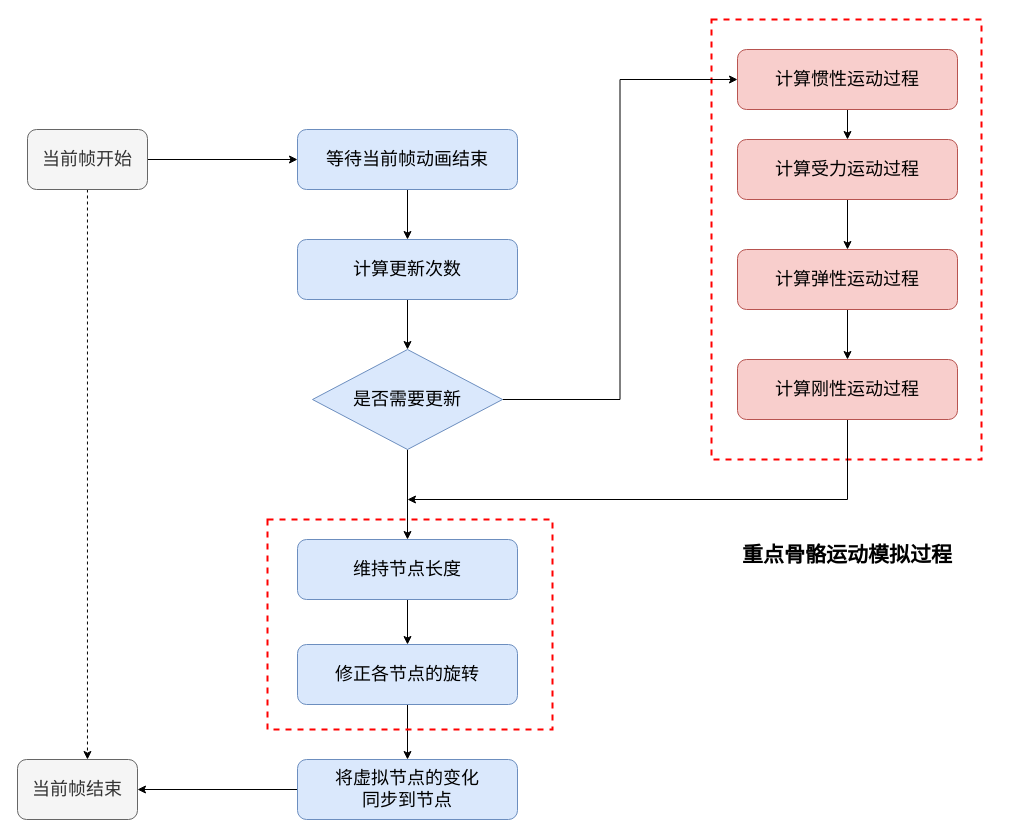
The draw.io diagram dynamicBone_process_.drawio in SkylarShuang/learnSM, before the edit. Source tidied: cells renumbered, new cells numbered last; positions are measured from the earlier drawing's top-left corner, leaving out a move shared by most shapes. Both pictures are drawn from the tidied source at 100%, with x=0, y=0 at pixel (17, 19).
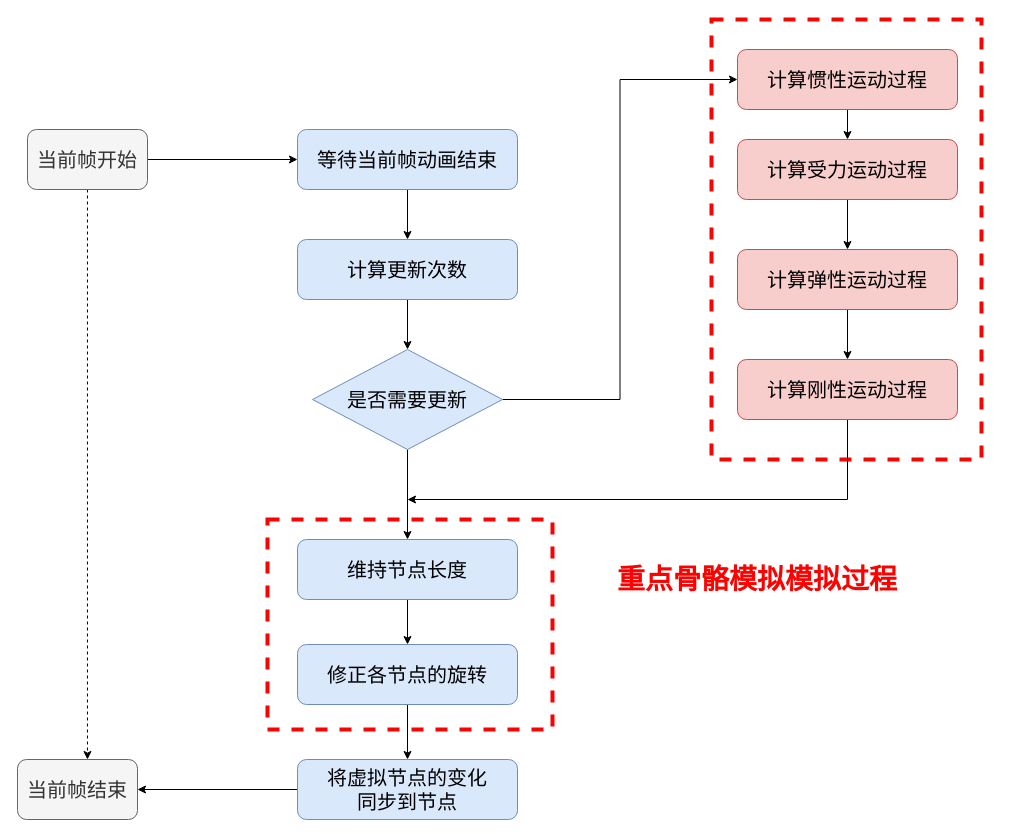
The same page after the edit.

Diff of the diagram source:
```diff
@@
-    <mxCell id="2" style="rounded=0;whiteSpace=wrap;html=1;fillColor=none;dashed=1;strokeWidth=2;strokeColor=#FF0000;" parent="1" vertex="1">
+    <mxCell id="2" style="rounded=0;whiteSpace=wrap;html=1;fillColor=none;dashed=1;strokeWidth=4;strokeColor=#FF0000;fontSize=20;" parent="1" vertex="1">
       <mxGeometry x="694" width="270" height="440" as="geometry" />
     </mxCell>
-    <mxCell id="3" style="edgeStyle=orthogonalEdgeStyle;rounded=0;jettySize=auto;html=1;entryX=0;entryY=0.5;entryDx=0;entryDy=0;" parent="1" edge="1" source="5" target="7">
+    <mxCell id="3" style="edgeStyle=orthogonalEdgeStyle;rounded=0;jettySize=auto;html=1;entryX=0;entryY=0.5;entryDx=0;entryDy=0;fontSize=20;" parent="1" edge="1" source="5" target="7">
       <mxGeometry relative="1" as="geometry" />
     </mxCell>
-    <mxCell id="4" style="edgeStyle=orthogonalEdgeStyle;rounded=0;jettySize=auto;html=1;entryX=0.583;entryY=0;entryDx=0;entryDy=0;entryPerimeter=0;dashed=1;" parent="1" edge="1" source="5" target="19">
+    <mxCell id="4" style="edgeStyle=orthogonalEdgeStyle;rounded=0;jettySize=auto;html=1;entryX=0.583;entryY=0;entryDx=0;entryDy=0;entryPerimeter=0;dashed=1;fontSize=20;" parent="1" edge="1" source="5" target="19">
       <mxGeometry relative="1" as="geometry" />
     </mxCell>
-    <mxCell id="5" value="&lt;font style=&quot;font-size: 18px;&quot;&gt;当前帧开始&lt;/font&gt;" style="rounded=1;whiteSpace=wrap;html=1;fillColor=#f5f5f5;fontColor=#333333;strokeColor=#666666;" parent="1" vertex="1">
+    <mxCell id="5" value="&lt;font style=&quot;font-size: 20px;&quot;&gt;当前帧开始&lt;/font&gt;" style="rounded=1;whiteSpace=wrap;html=1;fillColor=#f5f5f5;fontColor=#333333;strokeColor=#666666;fontSize=20;" parent="1" vertex="1">
       <mxGeometry x="10" y="110" width="120" height="60" as="geometry" />
     </mxCell>
-    <mxCell id="6" style="edgeStyle=orthogonalEdgeStyle;rounded=0;jettySize=auto;html=1;" parent="1" edge="1" source="7" target="9">
+    <mxCell id="6" style="edgeStyle=orthogonalEdgeStyle;rounded=0;jettySize=auto;html=1;fontSize=20;" parent="1" edge="1" source="7" target="9">
       <mxGeometry relative="1" as="geometry" />
     </mxCell>
-    <mxCell id="7" value="&lt;font style=&quot;font-size: 18px;&quot;&gt;等待当前帧动画结束&lt;/font&gt;" style="rounded=1;whiteSpace=wrap;html=1;fillColor=#dae8fc;strokeColor=#6c8ebf;" parent="1" vertex="1">
+    <mxCell id="7" value="&lt;font style=&quot;font-size: 20px;&quot;&gt;等待当前帧动画结束&lt;/font&gt;" style="rounded=1;whiteSpace=wrap;html=1;fillColor=#dae8fc;strokeColor=#6c8ebf;fontSize=20;" parent="1" vertex="1">
       <mxGeometry x="280" y="110" width="220" height="60" as="geometry" />
     </mxCell>
-    <mxCell id="8" style="edgeStyle=orthogonalEdgeStyle;rounded=0;jettySize=auto;html=1;entryX=0.5;entryY=0;entryDx=0;entryDy=0;" parent="1" edge="1" source="9" target="12">
+    <mxCell id="8" style="edgeStyle=orthogonalEdgeStyle;rounded=0;jettySize=auto;html=1;entryX=0.5;entryY=0;entryDx=0;entryDy=0;fontSize=20;" parent="1" edge="1" source="9" target="12">
       <mxGeometry relative="1" as="geometry" />
     </mxCell>
-    <mxCell id="9" value="&lt;font style=&quot;font-size: 18px;&quot;&gt;计算更新次数&lt;/font&gt;" style="rounded=1;whiteSpace=wrap;html=1;fillColor=#dae8fc;strokeColor=#6c8ebf;" parent="1" vertex="1">
+    <mxCell id="9" value="&lt;font style=&quot;font-size: 20px;&quot;&gt;计算更新次数&lt;/font&gt;" style="rounded=1;whiteSpace=wrap;html=1;fillColor=#dae8fc;strokeColor=#6c8ebf;fontSize=20;" parent="1" vertex="1">
       <mxGeometry x="280" y="220" width="220" height="60" as="geometry" />
     </mxCell>
-    <mxCell id="10" style="edgeStyle=orthogonalEdgeStyle;rounded=0;jettySize=auto;html=1;entryX=0;entryY=0.5;entryDx=0;entryDy=0;" parent="1" edge="1" source="12" target="21">
+    <mxCell id="10" style="edgeStyle=orthogonalEdgeStyle;rounded=0;jettySize=auto;html=1;entryX=0;entryY=0.5;entryDx=0;entryDy=0;fontSize=20;" parent="1" edge="1" source="12" target="21">
       <mxGeometry relative="1" as="geometry" />
     </mxCell>
-    <mxCell id="11" style="edgeStyle=orthogonalEdgeStyle;rounded=0;jettySize=auto;html=1;" parent="1" edge="1" source="12" target="14">
+    <mxCell id="11" style="edgeStyle=orthogonalEdgeStyle;rounded=0;jettySize=auto;html=1;fontSize=20;" parent="1" edge="1" source="12" target="14">
       <mxGeometry relative="1" as="geometry" />
     </mxCell>
-    <mxCell id="12" value="&lt;font style=&quot;font-size: 18px;&quot;&gt;是否需要更新&lt;/font&gt;" style="rhombus;whiteSpace=wrap;html=1;fillColor=#dae8fc;strokeColor=#6c8ebf;" parent="1" vertex="1">
+    <mxCell id="12" value="&lt;font style=&quot;font-size: 20px;&quot;&gt;是否需要更新&lt;/font&gt;" style="rhombus;whiteSpace=wrap;html=1;fillColor=#dae8fc;strokeColor=#6c8ebf;fontSize=20;" parent="1" vertex="1">
       <mxGeometry x="295" y="330" width="190" height="100" as="geometry" />
     </mxCell>
-    <mxCell id="13" style="edgeStyle=orthogonalEdgeStyle;rounded=0;jettySize=auto;html=1;" parent="1" edge="1" source="14" target="16">
+    <mxCell id="13" style="edgeStyle=orthogonalEdgeStyle;rounded=0;jettySize=auto;html=1;fontSize=20;" parent="1" edge="1" source="14" target="16">
       <mxGeometry relative="1" as="geometry" />
     </mxCell>
-    <mxCell id="14" value="&lt;font style=&quot;font-size: 18px;&quot;&gt;维持节点长度&lt;/font&gt;" style="rounded=1;whiteSpace=wrap;html=1;fillColor=#dae8fc;strokeColor=#6c8ebf;" parent="1" vertex="1">
+    <mxCell id="14" value="&lt;font style=&quot;font-size: 20px;&quot;&gt;维持节点长度&lt;/font&gt;" style="rounded=1;whiteSpace=wrap;html=1;fillColor=#dae8fc;strokeColor=#6c8ebf;fontSize=20;" parent="1" vertex="1">
       <mxGeometry x="280" y="520" width="220" height="60" as="geometry" />
     </mxCell>
-    <mxCell id="15" style="edgeStyle=orthogonalEdgeStyle;rounded=0;jettySize=auto;html=1;entryX=0.5;entryY=0;entryDx=0;entryDy=0;" parent="1" edge="1" source="16" target="18">
+    <mxCell id="15" style="edgeStyle=orthogonalEdgeStyle;rounded=0;jettySize=auto;html=1;entryX=0.5;entryY=0;entryDx=0;entryDy=0;fontSize=20;" parent="1" edge="1" source="16" target="18">
       <mxGeometry relative="1" as="geometry" />
     </mxCell>
-    <mxCell id="16" value="&lt;font style=&quot;font-size: 18px;&quot;&gt;修正各节点的旋转&lt;/font&gt;" style="rounded=1;whiteSpace=wrap;html=1;fillColor=#dae8fc;strokeColor=#6c8ebf;" parent="1" vertex="1">
+    <mxCell id="16" value="&lt;font style=&quot;font-size: 20px;&quot;&gt;修正各节点的旋转&lt;/font&gt;" style="rounded=1;whiteSpace=wrap;html=1;fillColor=#dae8fc;strokeColor=#6c8ebf;fontSize=20;" parent="1" vertex="1">
       <mxGeometry x="280" y="625" width="220" height="60" as="geometry" />
     </mxCell>
-    <mxCell id="17" style="edgeStyle=orthogonalEdgeStyle;rounded=0;jettySize=auto;html=1;" parent="1" edge="1" source="18" target="19">
+    <mxCell id="17" style="edgeStyle=orthogonalEdgeStyle;rounded=0;jettySize=auto;html=1;fontSize=20;" parent="1" edge="1" source="18" target="19">
       <mxGeometry relative="1" as="geometry" />
     </mxCell>
-    <mxCell id="18" value="&lt;font style=&quot;font-size: 18px;&quot;&gt;将虚拟节点的变化&lt;br&gt;同步到节点&lt;/font&gt;" style="rounded=1;whiteSpace=wrap;html=1;fillColor=#dae8fc;strokeColor=#6c8ebf;" parent="1" vertex="1">
+    <mxCell id="18" value="&lt;font style=&quot;font-size: 20px;&quot;&gt;将虚拟节点的变化&lt;br style=&quot;font-size: 20px;&quot;&gt;同步到节点&lt;/font&gt;" style="rounded=1;whiteSpace=wrap;html=1;fillColor=#dae8fc;strokeColor=#6c8ebf;fontSize=20;" parent="1" vertex="1">
       <mxGeometry x="280" y="740" width="220" height="60" as="geometry" />
     </mxCell>
-    <mxCell id="19" value="&lt;font style=&quot;font-size: 18px;&quot;&gt;当前帧结束&lt;/font&gt;" style="rounded=1;whiteSpace=wrap;html=1;fillColor=#f5f5f5;fontColor=#333333;strokeColor=#666666;" parent="1" vertex="1">
+    <mxCell id="19" value="&lt;font style=&quot;font-size: 20px;&quot;&gt;当前帧结束&lt;/font&gt;" style="rounded=1;whiteSpace=wrap;html=1;fillColor=#f5f5f5;fontColor=#333333;strokeColor=#666666;fontSize=20;" parent="1" vertex="1">
       <mxGeometry y="740" width="120" height="60" as="geometry" />
     </mxCell>
-    <mxCell id="20" style="edgeStyle=orthogonalEdgeStyle;rounded=0;jettySize=auto;html=1;" parent="1" edge="1" source="21" target="23">
+    <mxCell id="20" style="edgeStyle=orthogonalEdgeStyle;rounded=0;jettySize=auto;html=1;fontSize=20;" parent="1" edge="1" source="21" target="23">
       <mxGeometry relative="1" as="geometry" />
     </mxCell>
-    <mxCell id="21" value="&lt;span style=&quot;font-size: 18px;&quot;&gt;计算惯性运动过程&lt;/span&gt;" style="rounded=1;whiteSpace=wrap;html=1;fillColor=#f8cecc;strokeColor=#b85450;" parent="1" vertex="1">
+    <mxCell id="21" value="&lt;span style=&quot;font-size: 20px;&quot;&gt;计算惯性运动过程&lt;/span&gt;" style="rounded=1;whiteSpace=wrap;html=1;fillColor=#f8cecc;strokeColor=#b85450;fontSize=20;" parent="1" vertex="1">
       <mxGeometry x="720" y="30" width="220" height="60" as="geometry" />
     </mxCell>
-    <mxCell id="22" style="edgeStyle=orthogonalEdgeStyle;rounded=0;jettySize=auto;html=1;" parent="1" edge="1" source="23" target="25">
+    <mxCell id="22" style="edgeStyle=orthogonalEdgeStyle;rounded=0;jettySize=auto;html=1;fontSize=20;" parent="1" edge="1" source="23" target="25">
       <mxGeometry relative="1" as="geometry" />
     </mxCell>
-    <mxCell id="23" value="&lt;span style=&quot;font-size: 18px;&quot;&gt;计算受力运动过程&lt;/span&gt;" style="rounded=1;whiteSpace=wrap;html=1;fillColor=#f8cecc;strokeColor=#b85450;" parent="1" vertex="1">
+    <mxCell id="23" value="&lt;span style=&quot;font-size: 20px;&quot;&gt;计算受力运动过程&lt;/span&gt;" style="rounded=1;whiteSpace=wrap;html=1;fillColor=#f8cecc;strokeColor=#b85450;fontSize=20;" parent="1" vertex="1">
       <mxGeometry x="720" y="120" width="220" height="60" as="geometry" />
     </mxCell>
-    <mxCell id="24" style="edgeStyle=orthogonalEdgeStyle;rounded=0;jettySize=auto;html=1;" parent="1" edge="1" source="25" target="27">
+    <mxCell id="24" style="edgeStyle=orthogonalEdgeStyle;rounded=0;jettySize=auto;html=1;fontSize=20;" parent="1" edge="1" source="25" target="27">
       <mxGeometry relative="1" as="geometry" />
     </mxCell>
-    <mxCell id="25" value="&lt;font style=&quot;font-size: 18px;&quot;&gt;计算弹性运动过程&lt;/font&gt;" style="rounded=1;whiteSpace=wrap;html=1;fillColor=#f8cecc;strokeColor=#b85450;" parent="1" vertex="1">
+    <mxCell id="25" value="&lt;font style=&quot;font-size: 20px;&quot;&gt;计算弹性运动过程&lt;/font&gt;" style="rounded=1;whiteSpace=wrap;html=1;fillColor=#f8cecc;strokeColor=#b85450;fontSize=20;" parent="1" vertex="1">
       <mxGeometry x="720" y="230" width="220" height="60" as="geometry" />
     </mxCell>
-    <mxCell id="26" style="edgeStyle=orthogonalEdgeStyle;rounded=0;jettySize=auto;html=1;" parent="1" edge="1" source="27">
+    <mxCell id="26" style="edgeStyle=orthogonalEdgeStyle;rounded=0;jettySize=auto;html=1;fontSize=20;" parent="1" edge="1" source="27">
       <mxGeometry relative="1" as="geometry">
         <mxPoint x="390" y="480" as="targetPoint" />
         <Array as="points">
           <mxPoint x="830" y="480" />
         </Array>
       </mxGeometry>
     </mxCell>
-    <mxCell id="27" value="&lt;span style=&quot;font-size: 18px;&quot;&gt;计算刚性运动过程&lt;/span&gt;" style="rounded=1;whiteSpace=wrap;html=1;fillColor=#f8cecc;strokeColor=#b85450;" parent="1" vertex="1">
+    <mxCell id="27" value="&lt;span style=&quot;font-size: 20px;&quot;&gt;计算刚性运动过程&lt;/span&gt;" style="rounded=1;whiteSpace=wrap;html=1;fillColor=#f8cecc;strokeColor=#b85450;fontSize=20;" parent="1" vertex="1">
       <mxGeometry x="720" y="340" width="220" height="60" as="geometry" />
     </mxCell>
-    <mxCell id="28" value="&lt;font size=&quot;1&quot; style=&quot;&quot;&gt;&lt;b style=&quot;font-size: 21px;&quot;&gt;重点骨骼运动模拟过程&lt;/b&gt;&lt;/font&gt;" style="text;html=1;strokeColor=none;fillColor=none;align=center;verticalAlign=middle;whiteSpace=wrap;rounded=0;" parent="1" vertex="1">
-      <mxGeometry x="670" y="520" width="320" height="30" as="geometry" />
+    <mxCell id="28" value="&lt;font size=&quot;1&quot; color=&quot;#ff0000&quot; style=&quot;&quot;&gt;&lt;b style=&quot;font-size: 28px;&quot;&gt;重点骨骼模拟模拟过程&lt;/b&gt;&lt;/font&gt;" style="text;html=1;strokeColor=none;fillColor=none;align=center;verticalAlign=middle;whiteSpace=wrap;rounded=0;fontSize=25;" parent="1" vertex="1">
+      <mxGeometry x="580" y="545" width="320" height="30" as="geometry" />
     </mxCell>
-    <mxCell id="29" style="rounded=0;whiteSpace=wrap;html=1;fillColor=none;dashed=1;strokeWidth=2;strokeColor=#FF0000;" parent="1" vertex="1">
+    <mxCell id="29" style="rounded=0;whiteSpace=wrap;html=1;fillColor=none;dashed=1;strokeWidth=4;strokeColor=#FF0000;fontSize=20;" parent="1" vertex="1">
       <mxGeometry x="250" y="500" width="285" height="210" as="geometry" />
     </mxCell>
```
